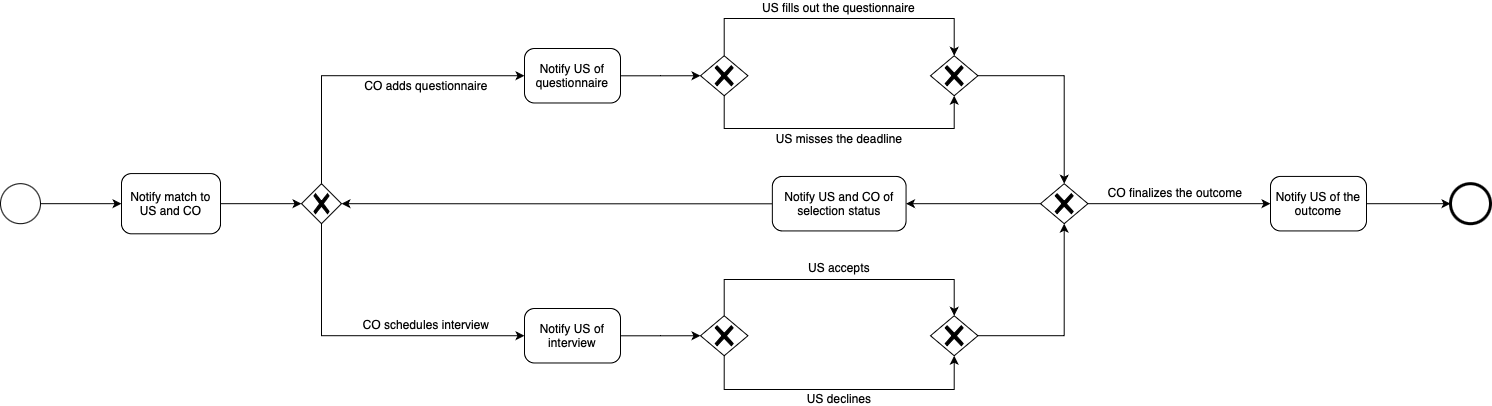
This is RASD/images/state-diagrams/selection-process.png from andreacarrara-polimi/RDD-SE2-POLIMI, a draw.io export, as it was before one commit. Source tidied: cells renumbered, new cells last; positions are measured from the earlier drawing's top-left corner, leaving out a move shared by most shapes. Source of this version:
```xml
<mxGraphModel>
  <root>
    <mxCell id="0" />
    <mxCell id="1" parent="0" />
    <mxCell id="2" style="edgeStyle=orthogonalEdgeStyle;rounded=0;jettySize=auto;html=1;" parent="1" edge="1" source="3" target="4">
      <mxGeometry relative="1" as="geometry" />
    </mxCell>
    <mxCell id="3" value="&lt;font&gt;Notify US of the outcome&lt;/font&gt;" style="points=[[0.25,0,0],[0.5,0,0],[0.75,0,0],[1,0.25,0],[1,0.5,0],[1,0.75,0],[0.75,1,0],[0.5,1,0],[0.25,1,0],[0,0.75,0],[0,0.5,0],[0,0.25,0]];shape=mxgraph.bpmn.task;whiteSpace=wrap;rectStyle=rounded;size=10;html=1;taskMarker=abstract;" parent="1" vertex="1">
      <mxGeometry x="1270" y="173.9" width="96" height="54.5" as="geometry" />
    </mxCell>
    <mxCell id="4" style="points=[[0.145,0.145,0],[0.5,0,0],[0.855,0.145,0],[1,0.5,0],[0.855,0.855,0],[0.5,1,0],[0.145,0.855,0],[0,0.5,0]];shape=mxgraph.bpmn.event;html=1;verticalLabelPosition=bottom;labelBackgroundColor=#ffffff;verticalAlign=top;align=center;perimeter=ellipsePerimeter;outlineConnect=0;outline=end;symbol=terminate2;" parent="1" vertex="1">
      <mxGeometry x="1450" y="181.2" width="40" height="40" as="geometry" />
    </mxCell>
    <mxCell id="5" value="&lt;font&gt;Notify US of interview&lt;/font&gt;" style="points=[[0.25,0,0],[0.5,0,0],[0.75,0,0],[1,0.25,0],[1,0.5,0],[1,0.75,0],[0.75,1,0],[0.5,1,0],[0.25,1,0],[0,0.75,0],[0,0.5,0],[0,0.25,0]];shape=mxgraph.bpmn.task;whiteSpace=wrap;rectStyle=rounded;size=10;html=1;taskMarker=abstract;" parent="1" vertex="1">
      <mxGeometry x="524" y="306" width="96" height="54.5" as="geometry" />
    </mxCell>
    <mxCell id="6" style="edgeStyle=orthogonalEdgeStyle;rounded=0;jettySize=auto;html=1;entryX=0;entryY=0.5;entryDx=0;entryDy=0;entryPerimeter=0;" parent="1" edge="1" source="7" target="12">
      <mxGeometry relative="1" as="geometry" />
    </mxCell>
    <mxCell id="7" style="points=[[0.145,0.145,0],[0.5,0,0],[0.855,0.145,0],[1,0.5,0],[0.855,0.855,0],[0.5,1,0],[0.145,0.855,0],[0,0.5,0]];shape=mxgraph.bpmn.event;html=1;verticalLabelPosition=bottom;labelBackgroundColor=#ffffff;verticalAlign=top;align=center;perimeter=ellipsePerimeter;outlineConnect=0;outline=standard;symbol=general;" parent="1" vertex="1">
      <mxGeometry y="181.2" width="40" height="40" as="geometry" />
    </mxCell>
    <mxCell id="8" style="points=[[0.25,0.25,0],[0.5,0,0],[0.75,0.25,0],[1,0.5,0],[0.75,0.75,0],[0.5,1,0],[0.25,0.75,0],[0,0.5,0]];shape=mxgraph.bpmn.gateway2;html=1;verticalLabelPosition=bottom;labelBackgroundColor=#ffffff;verticalAlign=top;align=center;perimeter=rhombusPerimeter;outlineConnect=0;outline=none;symbol=none;gwType=exclusive;" parent="1" vertex="1">
      <mxGeometry x="1040" y="181.2" width="47.4" height="40" as="geometry" />
    </mxCell>
    <mxCell id="9" value="&lt;font&gt;CO adds questionnaire&lt;/font&gt;" style="text;html=1;strokeColor=none;fillColor=none;align=center;verticalAlign=middle;whiteSpace=wrap;rounded=0;" parent="1" vertex="1">
      <mxGeometry x="360" y="77" width="132" height="11.5" as="geometry" />
    </mxCell>
    <mxCell id="10" value="&lt;font&gt;CO schedules interview&lt;/font&gt;" style="text;html=1;strokeColor=none;fillColor=none;align=center;verticalAlign=middle;whiteSpace=wrap;rounded=0;" parent="1" vertex="1">
      <mxGeometry x="360" y="314.8" width="132" height="13.8" as="geometry" />
    </mxCell>
    <mxCell id="11" style="points=[[0.25,0.25,0],[0.5,0,0],[0.75,0.25,0],[1,0.5,0],[0.75,0.75,0],[0.5,1,0],[0.25,0.75,0],[0,0.5,0]];shape=mxgraph.bpmn.gateway2;html=1;verticalLabelPosition=bottom;labelBackgroundColor=#ffffff;verticalAlign=top;align=center;perimeter=rhombusPerimeter;outlineConnect=0;outline=none;symbol=none;gwType=exclusive;" parent="1" vertex="1">
      <mxGeometry x="301" y="181.2" width="40" height="40" as="geometry" />
    </mxCell>
    <mxCell id="12" value="&lt;font&gt;Notify match to US and CO&lt;/font&gt;" style="points=[[0.25,0,0],[0.5,0,0],[0.75,0,0],[1,0.25,0],[1,0.5,0],[1,0.75,0],[0.75,1,0],[0.5,1,0],[0.25,1,0],[0,0.75,0],[0,0.5,0],[0,0.25,0]];shape=mxgraph.bpmn.task;whiteSpace=wrap;rectStyle=rounded;size=10;html=1;taskMarker=abstract;" parent="1" vertex="1">
      <mxGeometry x="121" y="171.1" width="99" height="60.2" as="geometry" />
    </mxCell>
    <mxCell id="13" style="edgeStyle=orthogonalEdgeStyle;rounded=0;jettySize=auto;html=1;entryX=0;entryY=0.5;entryDx=0;entryDy=0;entryPerimeter=0;" parent="1" edge="1" source="12" target="11">
      <mxGeometry relative="1" as="geometry" />
    </mxCell>
    <mxCell id="14" style="points=[[0.25,0.25,0],[0.5,0,0],[0.75,0.25,0],[1,0.5,0],[0.75,0.75,0],[0.5,1,0],[0.25,0.75,0],[0,0.5,0]];shape=mxgraph.bpmn.gateway2;html=1;verticalLabelPosition=bottom;labelBackgroundColor=#ffffff;verticalAlign=top;align=center;perimeter=rhombusPerimeter;outlineConnect=0;outline=none;symbol=none;gwType=exclusive;" parent="1" vertex="1">
      <mxGeometry x="700" y="53.2" width="47.4" height="40" as="geometry" />
    </mxCell>
    <mxCell id="15" value="&lt;font&gt;US fills out the questionnaire&lt;/font&gt;" style="text;html=1;strokeColor=none;fillColor=none;align=center;verticalAlign=middle;whiteSpace=wrap;rounded=0;" parent="1" vertex="1">
      <mxGeometry x="760" width="157.4" height="10" as="geometry" />
    </mxCell>
    <mxCell id="16" value="&lt;font&gt;US misses the deadline&lt;/font&gt;" style="text;html=1;strokeColor=none;fillColor=none;align=center;verticalAlign=middle;whiteSpace=wrap;rounded=0;" parent="1" vertex="1">
      <mxGeometry x="773.7" y="129" width="130" height="14.5" as="geometry" />
    </mxCell>
    <mxCell id="17" style="points=[[0.25,0.25,0],[0.5,0,0],[0.75,0.25,0],[1,0.5,0],[0.75,0.75,0],[0.5,1,0],[0.25,0.75,0],[0,0.5,0]];shape=mxgraph.bpmn.gateway2;html=1;verticalLabelPosition=bottom;labelBackgroundColor=#ffffff;verticalAlign=top;align=center;perimeter=rhombusPerimeter;outlineConnect=0;outline=none;symbol=none;gwType=exclusive;" parent="1" vertex="1">
      <mxGeometry x="930" y="53.2" width="47.4" height="40" as="geometry" />
    </mxCell>
    <mxCell id="18" style="edgeStyle=orthogonalEdgeStyle;rounded=0;jettySize=auto;html=1;entryX=0.5;entryY=0;entryDx=0;entryDy=0;entryPerimeter=0;" parent="1" edge="1" source="17" target="8">
      <mxGeometry relative="1" as="geometry" />
    </mxCell>
    <mxCell id="19" style="edgeStyle=orthogonalEdgeStyle;rounded=0;jettySize=auto;html=1;entryX=0;entryY=0.5;entryDx=0;entryDy=0;entryPerimeter=0;exitX=0.5;exitY=1;exitDx=0;exitDy=0;exitPerimeter=0;" parent="1" edge="1" source="11" target="5">
      <mxGeometry relative="1" as="geometry" />
    </mxCell>
    <mxCell id="20" value="&lt;font&gt;Notify US of questionnaire&lt;/font&gt;" style="points=[[0.25,0,0],[0.5,0,0],[0.75,0,0],[1,0.25,0],[1,0.5,0],[1,0.75,0],[0.75,1,0],[0.5,1,0],[0.25,1,0],[0,0.75,0],[0,0.5,0],[0,0.25,0]];shape=mxgraph.bpmn.task;whiteSpace=wrap;rectStyle=rounded;size=10;html=1;taskMarker=abstract;" parent="1" vertex="1">
      <mxGeometry x="524" y="46" width="96" height="54.5" as="geometry" />
    </mxCell>
    <mxCell id="21" style="edgeStyle=orthogonalEdgeStyle;rounded=0;jettySize=auto;html=1;entryX=0;entryY=0.5;entryDx=0;entryDy=0;entryPerimeter=0;exitX=0.5;exitY=0;exitDx=0;exitDy=0;exitPerimeter=0;" parent="1" edge="1" source="11" target="20">
      <mxGeometry relative="1" as="geometry" />
    </mxCell>
    <mxCell id="22" style="edgeStyle=orthogonalEdgeStyle;rounded=0;jettySize=auto;html=1;entryX=0;entryY=0.5;entryDx=0;entryDy=0;entryPerimeter=0;" parent="1" edge="1" source="20" target="14">
      <mxGeometry relative="1" as="geometry" />
    </mxCell>
    <mxCell id="23" style="edgeStyle=orthogonalEdgeStyle;rounded=0;jettySize=auto;html=1;entryX=0.5;entryY=0;entryDx=0;entryDy=0;entryPerimeter=0;exitX=0.5;exitY=0;exitDx=0;exitDy=0;exitPerimeter=0;" parent="1" edge="1" source="14" target="17">
      <mxGeometry relative="1" as="geometry">
        <Array as="points">
          <mxPoint x="724" y="16" />
          <mxPoint x="954" y="16" />
        </Array>
      </mxGeometry>
    </mxCell>
    <mxCell id="24" style="edgeStyle=orthogonalEdgeStyle;rounded=0;jettySize=auto;html=1;entryX=0.5;entryY=1;entryDx=0;entryDy=0;entryPerimeter=0;exitX=0.5;exitY=1;exitDx=0;exitDy=0;exitPerimeter=0;" parent="1" edge="1" source="14" target="17">
      <mxGeometry relative="1" as="geometry">
        <Array as="points">
          <mxPoint x="724" y="126" />
          <mxPoint x="954" y="126" />
        </Array>
      </mxGeometry>
    </mxCell>
    <mxCell id="25" style="points=[[0.25,0.25,0],[0.5,0,0],[0.75,0.25,0],[1,0.5,0],[0.75,0.75,0],[0.5,1,0],[0.25,0.75,0],[0,0.5,0]];shape=mxgraph.bpmn.gateway2;html=1;verticalLabelPosition=bottom;labelBackgroundColor=#ffffff;verticalAlign=top;align=center;perimeter=rhombusPerimeter;outlineConnect=0;outline=none;symbol=none;gwType=exclusive;" parent="1" vertex="1">
      <mxGeometry x="700" y="313.2" width="47.4" height="40" as="geometry" />
    </mxCell>
    <mxCell id="26" value="&lt;font&gt;US accepts&lt;/font&gt;" style="text;html=1;strokeColor=none;fillColor=none;align=center;verticalAlign=middle;whiteSpace=wrap;rounded=0;" parent="1" vertex="1">
      <mxGeometry x="803.7" y="260" width="70" height="10" as="geometry" />
    </mxCell>
    <mxCell id="27" value="&lt;font&gt;US declines&lt;/font&gt;" style="text;html=1;strokeColor=none;fillColor=none;align=center;verticalAlign=middle;whiteSpace=wrap;rounded=0;" parent="1" vertex="1">
      <mxGeometry x="801.9" y="389" width="73.7" height="14.5" as="geometry" />
    </mxCell>
    <mxCell id="28" style="edgeStyle=orthogonalEdgeStyle;rounded=0;jettySize=auto;html=1;" parent="1" edge="1" source="29" target="8">
      <mxGeometry relative="1" as="geometry" />
    </mxCell>
    <mxCell id="29" style="points=[[0.25,0.25,0],[0.5,0,0],[0.75,0.25,0],[1,0.5,0],[0.75,0.75,0],[0.5,1,0],[0.25,0.75,0],[0,0.5,0]];shape=mxgraph.bpmn.gateway2;html=1;verticalLabelPosition=bottom;labelBackgroundColor=#ffffff;verticalAlign=top;align=center;perimeter=rhombusPerimeter;outlineConnect=0;outline=none;symbol=none;gwType=exclusive;" parent="1" vertex="1">
      <mxGeometry x="930" y="313.2" width="47.4" height="40" as="geometry" />
    </mxCell>
    <mxCell id="30" style="edgeStyle=orthogonalEdgeStyle;rounded=0;jettySize=auto;html=1;entryX=0.5;entryY=0;entryDx=0;entryDy=0;entryPerimeter=0;exitX=0.5;exitY=0;exitDx=0;exitDy=0;exitPerimeter=0;" parent="1" edge="1" source="25" target="29">
      <mxGeometry relative="1" as="geometry">
        <Array as="points">
          <mxPoint x="724" y="277" />
          <mxPoint x="954" y="277" />
          <mxPoint x="954" y="314" />
        </Array>
      </mxGeometry>
    </mxCell>
    <mxCell id="31" style="edgeStyle=orthogonalEdgeStyle;rounded=0;jettySize=auto;html=1;entryX=0.5;entryY=1;entryDx=0;entryDy=0;entryPerimeter=0;exitX=0.5;exitY=1;exitDx=0;exitDy=0;exitPerimeter=0;" parent="1" edge="1" source="25" target="29">
      <mxGeometry relative="1" as="geometry">
        <Array as="points">
          <mxPoint x="724" y="387" />
          <mxPoint x="954" y="387" />
          <mxPoint x="954" y="354" />
        </Array>
      </mxGeometry>
    </mxCell>
    <mxCell id="32" style="edgeStyle=orthogonalEdgeStyle;rounded=0;jettySize=auto;html=1;entryX=0;entryY=0.5;entryDx=0;entryDy=0;entryPerimeter=0;" parent="1" edge="1" source="5" target="25">
      <mxGeometry relative="1" as="geometry" />
    </mxCell>
    <mxCell id="33" style="edgeStyle=orthogonalEdgeStyle;rounded=0;jettySize=auto;html=1;entryX=1;entryY=0.5;entryDx=0;entryDy=0;entryPerimeter=0;" parent="1" edge="1" source="37" target="11">
      <mxGeometry relative="1" as="geometry" />
    </mxCell>
    <mxCell id="34" value="&lt;font&gt;CO finalizes the outcome&lt;/font&gt;" style="text;html=1;strokeColor=none;fillColor=none;align=center;verticalAlign=middle;whiteSpace=wrap;rounded=0;" parent="1" vertex="1">
      <mxGeometry x="1100" y="184.2" width="150" height="12.2" as="geometry" />
    </mxCell>
    <mxCell id="35" style="edgeStyle=orthogonalEdgeStyle;rounded=0;jettySize=auto;html=1;entryX=0;entryY=0.5;entryDx=0;entryDy=0;entryPerimeter=0;" parent="1" edge="1" source="8" target="3">
      <mxGeometry relative="1" as="geometry" />
    </mxCell>
    <mxCell id="36" style="edgeStyle=orthogonalEdgeStyle;rounded=0;jettySize=auto;html=1;entryX=1;entryY=0.5;entryDx=0;entryDy=0;entryPerimeter=0;" parent="1" edge="1" source="8" target="37">
      <mxGeometry relative="1" as="geometry" />
    </mxCell>
    <mxCell id="37" value="&lt;font&gt;Notify US and CO of selection status&lt;/font&gt;" style="points=[[0.25,0,0],[0.5,0,0],[0.75,0,0],[1,0.25,0],[1,0.5,0],[1,0.75,0],[0.75,1,0],[0.5,1,0],[0.25,1,0],[0,0.75,0],[0,0.5,0],[0,0.25,0]];shape=mxgraph.bpmn.task;whiteSpace=wrap;rectStyle=rounded;size=10;html=1;taskMarker=abstract;" parent="1" vertex="1">
      <mxGeometry x="771.8" y="173.9" width="133.7" height="54.5" as="geometry" />
    </mxCell>
  </root>
</mxGraphModel>
```
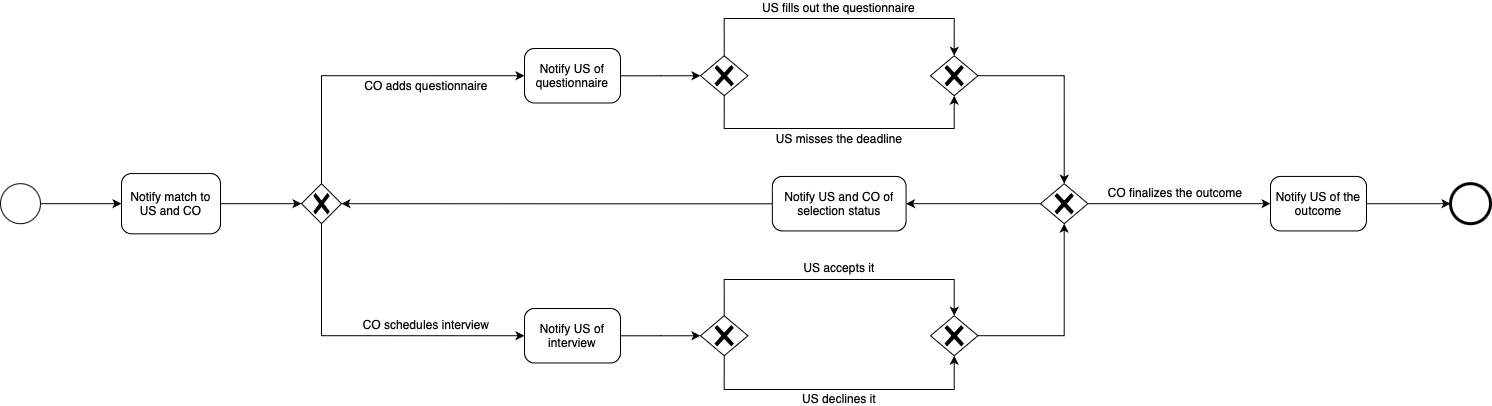
Above is the later version.

What changed in the source:
```diff
@@ -84,11 +84,11 @@
     <mxCell id="25" style="points=[[0.25,0.25,0],[0.5,0,0],[0.75,0.25,0],[1,0.5,0],[0.75,0.75,0],[0.5,1,0],[0.25,0.75,0],[0,0.5,0]];shape=mxgraph.bpmn.gateway2;html=1;verticalLabelPosition=bottom;labelBackgroundColor=#ffffff;verticalAlign=top;align=center;perimeter=rhombusPerimeter;outlineConnect=0;outline=none;symbol=none;gwType=exclusive;" parent="1" vertex="1">
       <mxGeometry x="700" y="313.2" width="47.4" height="40" as="geometry" />
     </mxCell>
-    <mxCell id="26" value="&lt;font&gt;US accepts&lt;/font&gt;" style="text;html=1;strokeColor=none;fillColor=none;align=center;verticalAlign=middle;whiteSpace=wrap;rounded=0;" parent="1" vertex="1">
-      <mxGeometry x="803.7" y="260" width="70" height="10" as="geometry" />
+    <mxCell id="26" value="&lt;font&gt;US accepts it&lt;/font&gt;" style="text;html=1;strokeColor=none;fillColor=none;align=center;verticalAlign=middle;whiteSpace=wrap;rounded=0;" parent="1" vertex="1">
+      <mxGeometry x="801.9" y="260" width="73.7" height="10" as="geometry" />
     </mxCell>
-    <mxCell id="27" value="&lt;font&gt;US declines&lt;/font&gt;" style="text;html=1;strokeColor=none;fillColor=none;align=center;verticalAlign=middle;whiteSpace=wrap;rounded=0;" parent="1" vertex="1">
-      <mxGeometry x="801.9" y="389" width="73.7" height="14.5" as="geometry" />
+    <mxCell id="27" value="&lt;font&gt;US declines it&lt;/font&gt;" style="text;html=1;strokeColor=none;fillColor=none;align=center;verticalAlign=middle;whiteSpace=wrap;rounded=0;" parent="1" vertex="1">
+      <mxGeometry x="800.9" y="389" width="75.6" height="14.5" as="geometry" />
     </mxCell>
     <mxCell id="28" style="edgeStyle=orthogonalEdgeStyle;rounded=0;jettySize=auto;html=1;" parent="1" edge="1" source="29" target="8">
       <mxGeometry relative="1" as="geometry" />
```
